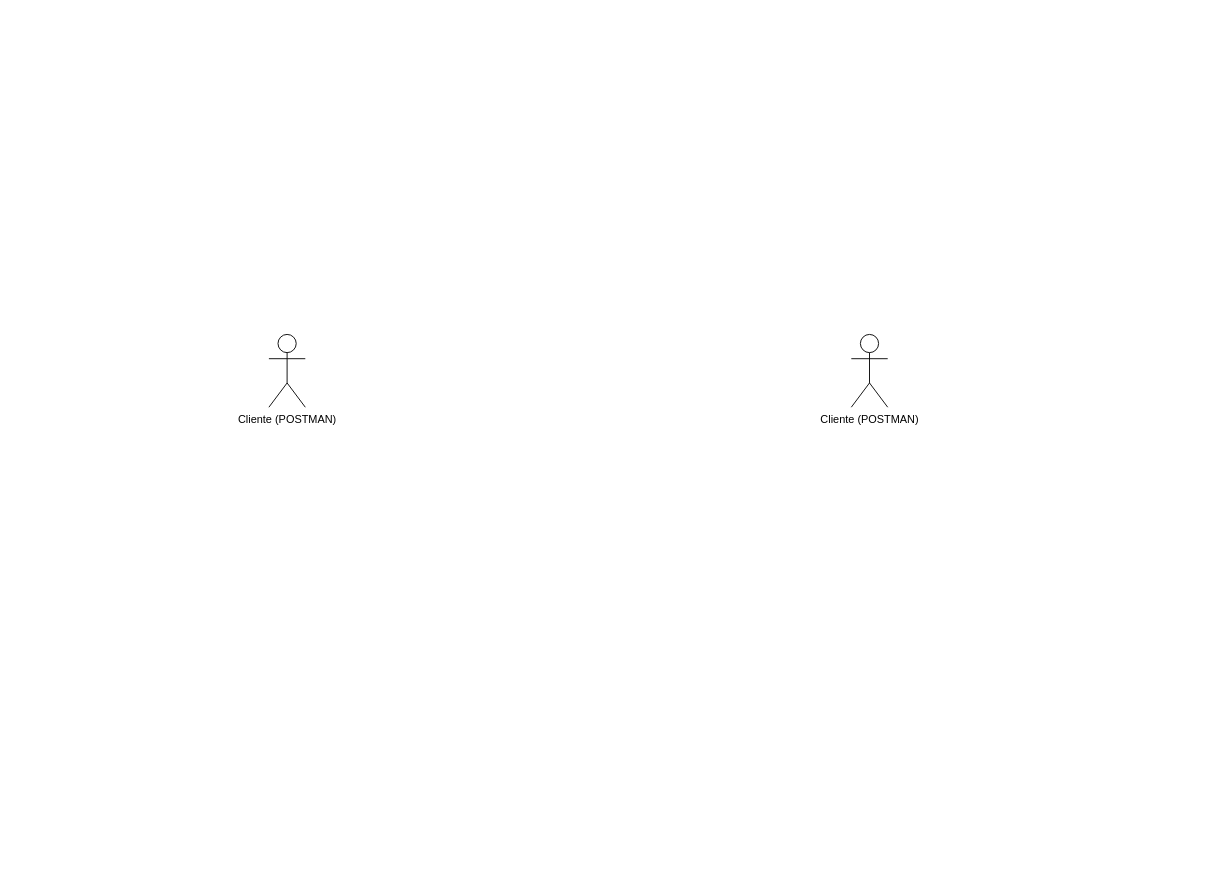
The draw.io diagram Diagrama de Casos de Uso.drawio in AceDen97/SD, before the edit. Source tidied: cells renumbered, new cells numbered last; positions are measured from the earlier drawing's top-left corner, leaving out a move shared by most shapes. Both pictures are drawn from the tidied source at 91%, with x=0, y=0 at pixel (268, 334).
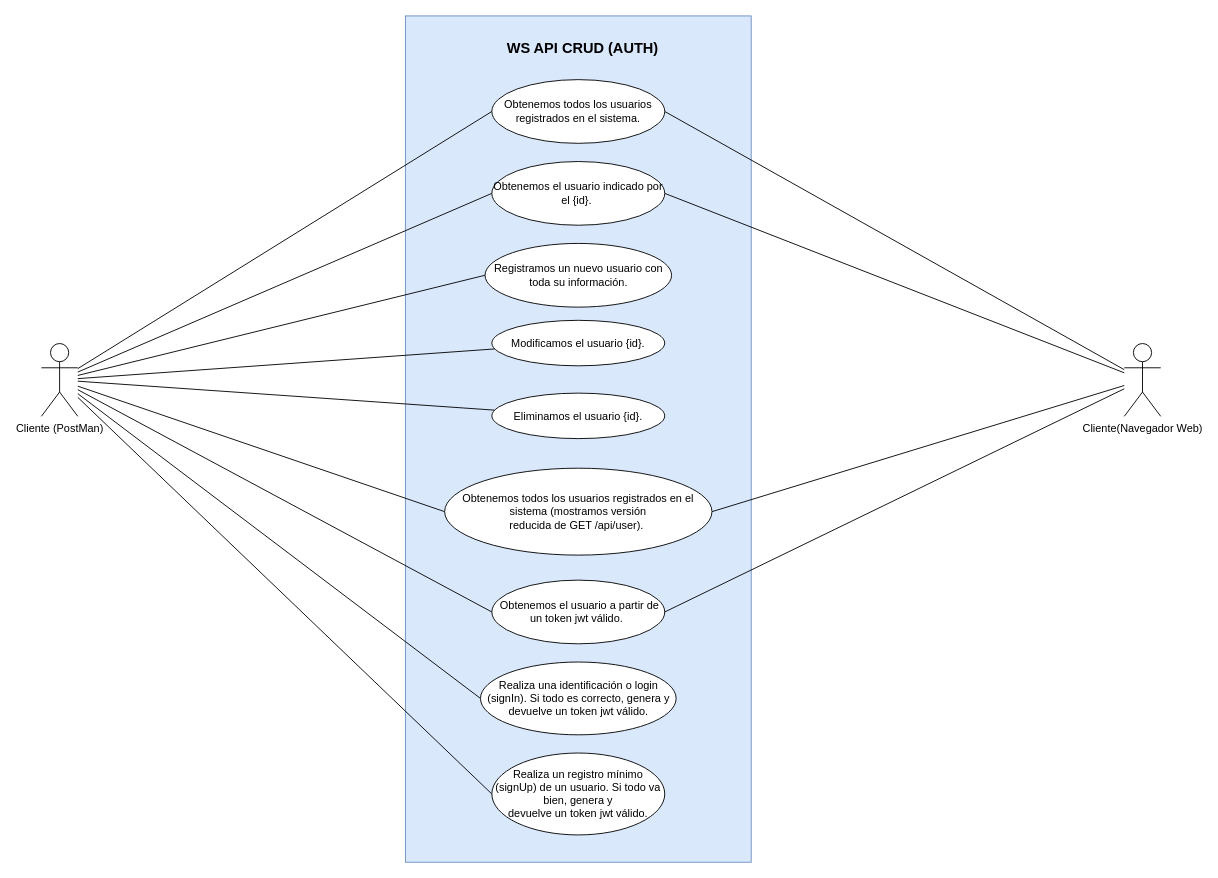
After the change.

The edit, as a diff of the source:
```diff
@@
+    <mxCell id="4" style="html=1;dashed=0;whiteSpace=wrap;fillColor=#dae8fc;strokeColor=#6c8ebf;" parent="1" vertex="1">
+      <mxGeometry x="150" y="-350" width="380" height="930" as="geometry" />
+    </mxCell>
+    <mxCell id="5" style="rounded=0;jettySize=auto;html=1;entryX=0;entryY=0.5;entryDx=0;entryDy=0;endArrow=none;endFill=0;" parent="1" edge="1" source="2" target="18">
+      <mxGeometry relative="1" as="geometry" />
+    </mxCell>
+    <mxCell id="6" style="rounded=0;jettySize=auto;html=1;entryX=0;entryY=0.5;entryDx=0;entryDy=0;endArrow=none;endFill=0;" parent="1" edge="1" source="2" target="19">
+      <mxGeometry relative="1" as="geometry" />
+    </mxCell>
+    <mxCell id="7" style="rounded=0;jettySize=auto;html=1;endArrow=none;endFill=0;" parent="1" edge="1" source="2" target="20">
+      <mxGeometry relative="1" as="geometry" />
+    </mxCell>
+    <mxCell id="8" style="rounded=0;jettySize=auto;html=1;endArrow=none;endFill=0;" parent="1" edge="1" source="2" target="21">
+      <mxGeometry relative="1" as="geometry" />
+    </mxCell>
+    <mxCell id="9" style="rounded=0;jettySize=auto;html=1;entryX=0;entryY=0.5;entryDx=0;entryDy=0;endArrow=none;endFill=0;" parent="1" edge="1" source="2" target="22">
+      <mxGeometry relative="1" as="geometry" />
+    </mxCell>
+    <mxCell id="10" style="rounded=0;jettySize=auto;html=1;entryX=0;entryY=0.5;entryDx=0;entryDy=0;endArrow=none;endFill=0;" parent="1" edge="1" source="2" target="23">
+      <mxGeometry relative="1" as="geometry" />
+    </mxCell>
+    <mxCell id="11" style="rounded=0;jettySize=auto;html=1;entryX=0;entryY=0.5;entryDx=0;entryDy=0;endArrow=none;endFill=0;" parent="1" edge="1" source="2" target="24">
+      <mxGeometry relative="1" as="geometry" />
+    </mxCell>
+    <mxCell id="12" style="rounded=0;jettySize=auto;html=1;entryX=0;entryY=0.5;entryDx=0;entryDy=0;endArrow=none;endFill=0;" parent="1" edge="1" source="2" target="25">
+      <mxGeometry relative="1" as="geometry" />
+    </mxCell>
-    <mxCell id="2" value="Cliente (POSTMAN)" style="shape=umlActor;verticalLabelPosition=bottom;verticalAlign=top;html=1;outlineConnect=0;labelPosition=center;align=center;" parent="1" vertex="1">
-      <mxGeometry width="40" height="80" as="geometry" />
+    <mxCell id="2" value="Cliente (PostMan)" style="shape=umlActor;verticalLabelPosition=bottom;verticalAlign=top;html=1;outlineConnect=0;labelPosition=center;align=center;" parent="1" vertex="1">
+      <mxGeometry x="-250" y="10" width="40" height="80" as="geometry" />
     </mxCell>
+    <mxCell id="13" style="rounded=0;jettySize=auto;html=1;entryX=1;entryY=0.5;entryDx=0;entryDy=0;endArrow=none;endFill=0;" parent="1" edge="1" source="3" target="17">
+      <mxGeometry relative="1" as="geometry" />
+    </mxCell>
+    <mxCell id="14" style="rounded=0;jettySize=auto;html=1;entryX=1;entryY=0.5;entryDx=0;entryDy=0;endArrow=none;endFill=0;" parent="1" edge="1" source="3" target="18">
+      <mxGeometry relative="1" as="geometry" />
+    </mxCell>
+    <mxCell id="15" style="rounded=0;jettySize=auto;html=1;endArrow=none;endFill=0;entryX=1;entryY=0.5;entryDx=0;entryDy=0;" parent="1" edge="1" source="3" target="23">
+      <mxGeometry relative="1" as="geometry" />
+    </mxCell>
+    <mxCell id="16" style="rounded=0;jettySize=auto;html=1;entryX=1;entryY=0.5;entryDx=0;entryDy=0;endArrow=none;endFill=0;" parent="1" edge="1" source="3" target="22">
+      <mxGeometry relative="1" as="geometry" />
+    </mxCell>
-    <mxCell id="3" value="Cliente (POSTMAN)" style="shape=umlActor;verticalLabelPosition=bottom;verticalAlign=top;html=1;outlineConnect=0;labelPosition=center;align=center;" parent="1" vertex="1">
-      <mxGeometry x="640" width="40" height="80" as="geometry" />
+    <mxCell id="3" value="Cliente(Navegador Web)" style="shape=umlActor;verticalLabelPosition=bottom;verticalAlign=top;html=1;outlineConnect=0;labelPosition=center;align=center;" parent="1" vertex="1">
+      <mxGeometry x="940" y="10" width="40" height="80" as="geometry" />
     </mxCell>
+    <mxCell id="17" value="Obtenemos todos los usuarios registrados en el sistema." style="shape=ellipse;html=1;dashed=0;whiteSpace=wrap;perimeter=ellipsePerimeter;" parent="1" vertex="1">
+      <mxGeometry x="245" y="-280" width="190" height="70" as="geometry" />
+    </mxCell>
+    <mxCell id="18" value="Obtenemos el usuario indicado por el {id}.&amp;nbsp;" style="shape=ellipse;html=1;dashed=0;whiteSpace=wrap;perimeter=ellipsePerimeter;" parent="1" vertex="1">
+      <mxGeometry x="245" y="-190" width="190" height="70" as="geometry" />
+    </mxCell>
+    <mxCell id="19" value="Registramos un nuevo usuario con toda su información." style="shape=ellipse;html=1;dashed=0;whiteSpace=wrap;perimeter=ellipsePerimeter;" parent="1" vertex="1">
+      <mxGeometry x="237.5" y="-100" width="205" height="70" as="geometry" />
+    </mxCell>
+    <mxCell id="20" value="Modificamos el usuario {id}." style="shape=ellipse;html=1;dashed=0;whiteSpace=wrap;perimeter=ellipsePerimeter;" parent="1" vertex="1">
+      <mxGeometry x="245" y="-15.5" width="190" height="50" as="geometry" />
+    </mxCell>
+    <mxCell id="21" value="Eliminamos el usuario {id}." style="shape=ellipse;html=1;dashed=0;whiteSpace=wrap;perimeter=ellipsePerimeter;" parent="1" vertex="1">
+      <mxGeometry x="245" y="64.5" width="190" height="50" as="geometry" />
+    </mxCell>
+    <mxCell id="22" value="Obtenemos todos los usuarios registrados en el sistema (mostramos versión &lt;br/&gt;reducida de GET /api/user).&amp;nbsp;" style="shape=ellipse;html=1;dashed=0;whiteSpace=wrap;perimeter=ellipsePerimeter;" parent="1" vertex="1">
+      <mxGeometry x="193.1" y="147" width="293.8" height="95.5" as="geometry" />
+    </mxCell>
+    <mxCell id="23" value="&amp;nbsp;Obtenemos el usuario a partir de un token jwt válido.&amp;nbsp;" style="shape=ellipse;html=1;dashed=0;whiteSpace=wrap;perimeter=ellipsePerimeter;" parent="1" vertex="1">
+      <mxGeometry x="245" y="270" width="190" height="70" as="geometry" />
+    </mxCell>
+    <mxCell id="24" value="Realiza una identificación o login (signIn). Si todo es correcto, genera y &lt;br/&gt;devuelve un token jwt válido." style="shape=ellipse;html=1;dashed=0;whiteSpace=wrap;perimeter=ellipsePerimeter;" parent="1" vertex="1">
+      <mxGeometry x="232.5" y="360" width="215" height="80" as="geometry" />
+    </mxCell>
+    <mxCell id="25" value="Realiza un registro mínimo (signUp) de un usuario. Si todo va bien, genera y &lt;br/&gt;devuelve un token jwt válido." style="shape=ellipse;html=1;dashed=0;whiteSpace=wrap;perimeter=ellipsePerimeter;" parent="1" vertex="1">
+      <mxGeometry x="245" y="460" width="190" height="90" as="geometry" />
+    </mxCell>
+    <mxCell id="26" value="&lt;font style=&quot;font-size: 16px;&quot;&gt;&lt;b&gt;WS API CRUD (AUTH)&lt;/b&gt;&lt;/font&gt;" style="text;html=1;strokeColor=none;fillColor=none;align=center;verticalAlign=middle;whiteSpace=wrap;rounded=0;" parent="1" vertex="1">
+      <mxGeometry x="260" y="-330" width="170" height="30" as="geometry" />
+    </mxCell>
+    <mxCell id="27" style="edgeStyle=orthogonalEdgeStyle;rounded=0;orthogonalLoop=1;jettySize=auto;html=1;exitX=0.5;exitY=1;exitDx=0;exitDy=0;" parent="1" edge="1" source="26" target="26">
+      <mxGeometry relative="1" as="geometry" />
+    </mxCell>
+    <mxCell id="28" style="rounded=0;jettySize=auto;html=1;entryX=0;entryY=0.5;entryDx=0;entryDy=0;endArrow=none;endFill=0;" parent="1" edge="1" source="2" target="17">
+      <mxGeometry relative="1" as="geometry" />
+    </mxCell>
```
